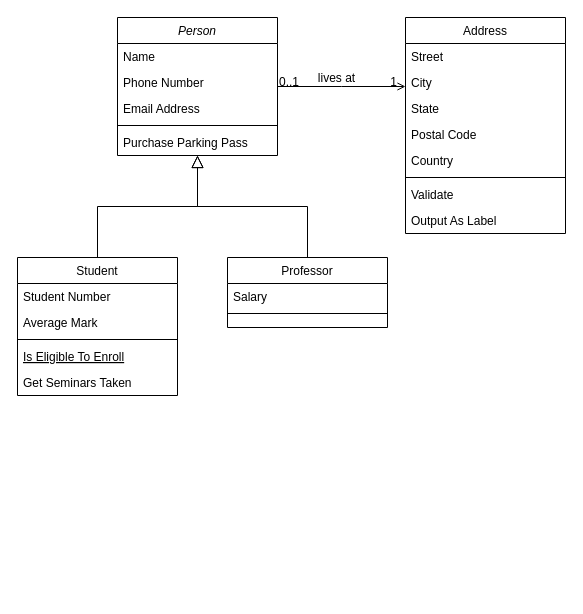
Above: herencia-mulriple/diamante-argumentos/diamante.drawio in andmansim/Ejercicios-de-Herencias-de-POO (draw.io), before the change. Source tidied: cells renumbered, new cells numbered last; positions are measured from the earlier drawing's top-left corner, leaving out a move shared by most shapes. Both pictures are drawn from the tidied source at 100%, with x=0, y=0 at pixel (17, 17).
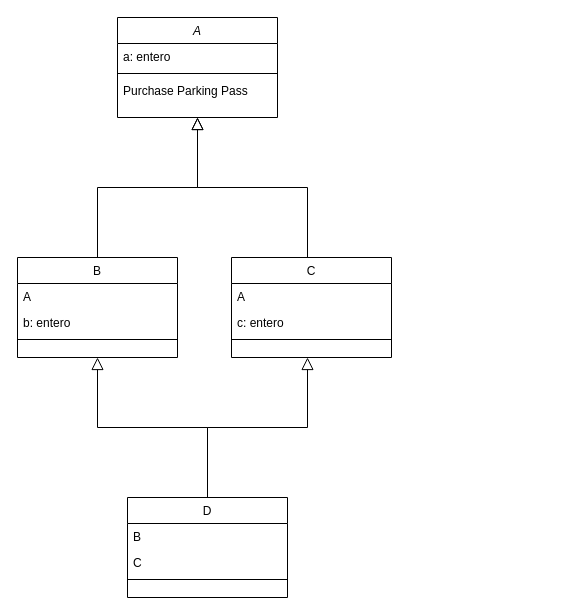
Above is the later version.

What changed in the source:
```diff
@@
-    <mxCell id="2" value="Person" style="swimlane;fontStyle=2;align=center;verticalAlign=top;horizontal=1;startSize=26;rounded=0;shadow=0;strokeWidth=1;" parent="1" vertex="1">
-      <mxGeometry x="100" width="160" height="138" as="geometry" />
+    <mxCell id="2" value="A" style="swimlane;fontStyle=2;align=center;verticalAlign=top;horizontal=1;startSize=26;rounded=0;shadow=0;strokeWidth=1;" parent="1" vertex="1">
+      <mxGeometry x="100" width="160" height="100" as="geometry" />
     </mxCell>
-    <mxCell id="3" value="Name" style="text;align=left;verticalAlign=top;spacingLeft=4;spacingRight=4;overflow=hidden;" parent="2" vertex="1">
+    <mxCell id="3" value="a: entero" style="text;align=left;verticalAlign=top;spacingLeft=4;spacingRight=4;overflow=hidden;" parent="2" vertex="1">
       <mxGeometry y="26" width="160" height="26" as="geometry" />
     </mxCell>
-    <mxCell id="4" value="Phone Number" style="text;align=left;verticalAlign=top;spacingLeft=4;spacingRight=4;overflow=hidden;rounded=0;shadow=0;html=0;" parent="2" vertex="1">
-      <mxGeometry y="52" width="160" height="26" as="geometry" />
-    </mxCell>
-    <mxCell id="5" value="Email Address" style="text;align=left;verticalAlign=top;spacingLeft=4;spacingRight=4;overflow=hidden;rounded=0;shadow=0;html=0;" parent="2" vertex="1">
-      <mxGeometry y="78" width="160" height="26" as="geometry" />
-    </mxCell>
     <mxCell id="6" style="line;html=1;strokeWidth=1;align=left;verticalAlign=middle;spacingTop=-1;spacingLeft=3;spacingRight=3;labelPosition=right;" parent="2" vertex="1">
-      <mxGeometry y="104" width="160" height="8" as="geometry" />
+      <mxGeometry y="52" width="160" height="8" as="geometry" />
     </mxCell>
     <mxCell id="7" value="Purchase Parking Pass" style="text;align=left;verticalAlign=top;spacingLeft=4;spacingRight=4;overflow=hidden;" parent="2" vertex="1">
-      <mxGeometry y="112" width="160" height="26" as="geometry" />
+      <mxGeometry y="60" width="160" height="26" as="geometry" />
     </mxCell>
-    <mxCell id="8" value="Student" style="swimlane;fontStyle=0;align=center;verticalAlign=top;horizontal=1;startSize=26;rounded=0;shadow=0;strokeWidth=1;" parent="1" vertex="1">
-      <mxGeometry y="240" width="160" height="138" as="geometry" />
+    <mxCell id="8" value="B" style="swimlane;fontStyle=0;align=center;verticalAlign=top;horizontal=1;startSize=26;rounded=0;shadow=0;strokeWidth=1;" parent="1" vertex="1">
+      <mxGeometry y="240" width="160" height="100" as="geometry" />
     </mxCell>
-    <mxCell id="9" value="Student Number" style="text;align=left;verticalAlign=top;spacingLeft=4;spacingRight=4;overflow=hidden;" parent="8" vertex="1">
+    <mxCell id="9" value="A" style="text;align=left;verticalAlign=top;spacingLeft=4;spacingRight=4;overflow=hidden;" parent="8" vertex="1">
       <mxGeometry y="26" width="160" height="26" as="geometry" />
     </mxCell>
-    <mxCell id="10" value="Average Mark" style="text;align=left;verticalAlign=top;spacingLeft=4;spacingRight=4;overflow=hidden;rounded=0;shadow=0;html=0;" parent="8" vertex="1">
+    <mxCell id="10" value="b: entero" style="text;align=left;verticalAlign=top;spacingLeft=4;spacingRight=4;overflow=hidden;rounded=0;shadow=0;html=0;" parent="8" vertex="1">
       <mxGeometry y="52" width="160" height="26" as="geometry" />
     </mxCell>
@@
-    <mxCell id="12" value="Is Eligible To Enroll" style="text;align=left;verticalAlign=top;spacingLeft=4;spacingRight=4;overflow=hidden;fontStyle=4;" parent="8" vertex="1">
-      <mxGeometry y="86" width="160" height="26" as="geometry" />
-    </mxCell>
-    <mxCell id="13" value="Get Seminars Taken" style="text;align=left;verticalAlign=top;spacingLeft=4;spacingRight=4;overflow=hidden;" parent="8" vertex="1">
-      <mxGeometry y="112" width="160" height="26" as="geometry" />
-    </mxCell>
@@
-    <mxCell id="15" value="Professor" style="swimlane;fontStyle=0;align=center;verticalAlign=top;horizontal=1;startSize=26;rounded=0;shadow=0;strokeWidth=1;" parent="1" vertex="1">
-      <mxGeometry x="210" y="240" width="160" height="70" as="geometry" />
-    </mxCell>
-    <mxCell id="16" value="Salary" style="text;align=left;verticalAlign=top;spacingLeft=4;spacingRight=4;overflow=hidden;" parent="15" vertex="1">
-      <mxGeometry y="26" width="160" height="26" as="geometry" />
-    </mxCell>
-    <mxCell id="17" style="line;html=1;strokeWidth=1;align=left;verticalAlign=middle;spacingTop=-1;spacingLeft=3;spacingRight=3;labelPosition=right;" parent="15" vertex="1">
-      <mxGeometry y="52" width="160" height="8" as="geometry" />
-    </mxCell>
-    <mxCell id="18" style="endArrow=block;endSize=10;endFill=0;shadow=0;strokeWidth=1;rounded=0;edgeStyle=elbowEdgeStyle;elbow=vertical;" parent="1" edge="1" source="15" target="2">
-      <mxGeometry relative="1" as="geometry" />
+    <mxCell id="18" style="endArrow=block;endSize=10;endFill=0;shadow=0;strokeWidth=1;rounded=0;edgeStyle=elbowEdgeStyle;elbow=vertical;" parent="1" edge="1" target="2">
+      <mxGeometry relative="1" as="geometry">
+        <mxPoint x="290" y="240" as="sourcePoint" />
+      </mxGeometry>
     </mxCell>
-    <mxCell id="19" value="Address" style="swimlane;fontStyle=0;align=center;verticalAlign=top;horizontal=1;startSize=26;rounded=0;shadow=0;strokeWidth=1;" parent="1" vertex="1">
-      <mxGeometry x="388" width="160" height="216" as="geometry" />
-    </mxCell>
-    <mxCell id="20" value="Street" style="text;align=left;verticalAlign=top;spacingLeft=4;spacingRight=4;overflow=hidden;" parent="19" vertex="1">
-      <mxGeometry y="26" width="160" height="26" as="geometry" />
-    </mxCell>
-    <mxCell id="21" value="City" style="text;align=left;verticalAlign=top;spacingLeft=4;spacingRight=4;overflow=hidden;rounded=0;shadow=0;html=0;" parent="19" vertex="1">
-      <mxGeometry y="52" width="160" height="26" as="geometry" />
-    </mxCell>
-    <mxCell id="22" value="State" style="text;align=left;verticalAlign=top;spacingLeft=4;spacingRight=4;overflow=hidden;rounded=0;shadow=0;html=0;" parent="19" vertex="1">
-      <mxGeometry y="78" width="160" height="26" as="geometry" />
-    </mxCell>
-    <mxCell id="23" value="Postal Code" style="text;align=left;verticalAlign=top;spacingLeft=4;spacingRight=4;overflow=hidden;rounded=0;shadow=0;html=0;" parent="19" vertex="1">
-      <mxGeometry y="104" width="160" height="26" as="geometry" />
-    </mxCell>
-    <mxCell id="24" value="Country" style="text;align=left;verticalAlign=top;spacingLeft=4;spacingRight=4;overflow=hidden;rounded=0;shadow=0;html=0;" parent="19" vertex="1">
-      <mxGeometry y="130" width="160" height="26" as="geometry" />
-    </mxCell>
-    <mxCell id="25" style="line;html=1;strokeWidth=1;align=left;verticalAlign=middle;spacingTop=-1;spacingLeft=3;spacingRight=3;labelPosition=right;" parent="19" vertex="1">
-      <mxGeometry y="156" width="160" height="8" as="geometry" />
-    </mxCell>
-    <mxCell id="26" value="Validate" style="text;align=left;verticalAlign=top;spacingLeft=4;spacingRight=4;overflow=hidden;" parent="19" vertex="1">
-      <mxGeometry y="164" width="160" height="26" as="geometry" />
-    </mxCell>
-    <mxCell id="27" value="Output As Label" style="text;align=left;verticalAlign=top;spacingLeft=4;spacingRight=4;overflow=hidden;" parent="19" vertex="1">
-      <mxGeometry y="190" width="160" height="26" as="geometry" />
-    </mxCell>
-    <mxCell id="28" style="endArrow=open;shadow=0;strokeWidth=1;rounded=0;endFill=1;edgeStyle=elbowEdgeStyle;elbow=vertical;" parent="1" edge="1" source="2" target="19">
-      <mxGeometry x="0.5" y="41" relative="1" as="geometry">
-        <mxPoint x="-40" y="32" as="offset" />
-      </mxGeometry>
-    </mxCell>
-    <mxCell id="29" value="0..1" style="align=left;verticalAlign=bottom;labelBackgroundColor=none;fontSize=12;" parent="28" vertex="1">
-      <mxGeometry x="-1" relative="1" as="geometry">
-        <mxPoint y="4" as="offset" />
-      </mxGeometry>
-    </mxCell>
-    <mxCell id="30" value="1" style="align=right;verticalAlign=bottom;labelBackgroundColor=none;fontSize=12;" parent="28" vertex="1">
-      <mxGeometry x="1" relative="1" as="geometry">
-        <mxPoint x="-7" y="4" as="offset" />
-      </mxGeometry>
-    </mxCell>
-    <mxCell id="31" value="lives at" style="text;html=1;align=center;verticalAlign=middle;labelBackgroundColor=none;rounded=0;shadow=0;strokeWidth=1;fontSize=12;" parent="28" vertex="1">
-      <mxGeometry x="0.5" y="49" relative="1" as="geometry">
-        <mxPoint x="-38" y="40" as="offset" />
-      </mxGeometry>
-    </mxCell>
+    <mxCell id="32" value="C" style="swimlane;fontStyle=0;align=center;verticalAlign=top;horizontal=1;startSize=26;rounded=0;shadow=0;strokeWidth=1;" parent="1" vertex="1">
+      <mxGeometry x="214" y="240" width="160" height="100" as="geometry" />
+    </mxCell>
+    <mxCell id="33" value="A" style="text;align=left;verticalAlign=top;spacingLeft=4;spacingRight=4;overflow=hidden;" parent="32" vertex="1">
+      <mxGeometry y="26" width="160" height="26" as="geometry" />
+    </mxCell>
+    <mxCell id="34" value="c: entero" style="text;align=left;verticalAlign=top;spacingLeft=4;spacingRight=4;overflow=hidden;rounded=0;shadow=0;html=0;" parent="32" vertex="1">
+      <mxGeometry y="52" width="160" height="26" as="geometry" />
+    </mxCell>
+    <mxCell id="35" style="line;html=1;strokeWidth=1;align=left;verticalAlign=middle;spacingTop=-1;spacingLeft=3;spacingRight=3;labelPosition=right;" parent="32" vertex="1">
+      <mxGeometry y="78" width="160" height="8" as="geometry" />
+    </mxCell>
+    <mxCell id="36" style="endArrow=block;endSize=10;endFill=0;shadow=0;strokeWidth=1;rounded=0;edgeStyle=elbowEdgeStyle;elbow=vertical;" parent="1" edge="1">
+      <mxGeometry relative="1" as="geometry">
+        <mxPoint x="190" y="480" as="sourcePoint" />
+        <mxPoint x="80" y="340" as="targetPoint" />
+      </mxGeometry>
+    </mxCell>
+    <mxCell id="37" style="endArrow=block;endSize=10;endFill=0;shadow=0;strokeWidth=1;rounded=0;edgeStyle=elbowEdgeStyle;elbow=vertical;" parent="1" edge="1">
+      <mxGeometry relative="1" as="geometry">
+        <mxPoint x="190" y="480" as="sourcePoint" />
+        <mxPoint x="290" y="340" as="targetPoint" />
+      </mxGeometry>
+    </mxCell>
+    <mxCell id="38" value="D" style="swimlane;fontStyle=0;align=center;verticalAlign=top;horizontal=1;startSize=26;rounded=0;shadow=0;strokeWidth=1;" parent="1" vertex="1">
+      <mxGeometry x="110" y="480" width="160" height="100" as="geometry" />
+    </mxCell>
+    <mxCell id="39" value="B" style="text;align=left;verticalAlign=top;spacingLeft=4;spacingRight=4;overflow=hidden;" parent="38" vertex="1">
+      <mxGeometry y="26" width="160" height="26" as="geometry" />
+    </mxCell>
+    <mxCell id="40" value="C" style="text;align=left;verticalAlign=top;spacingLeft=4;spacingRight=4;overflow=hidden;" parent="38" vertex="1">
+      <mxGeometry y="52" width="160" height="26" as="geometry" />
+    </mxCell>
+    <mxCell id="41" style="line;html=1;strokeWidth=1;align=left;verticalAlign=middle;spacingTop=-1;spacingLeft=3;spacingRight=3;labelPosition=right;" parent="38" vertex="1">
+      <mxGeometry y="78" width="160" height="8" as="geometry" />
+    </mxCell>
```
